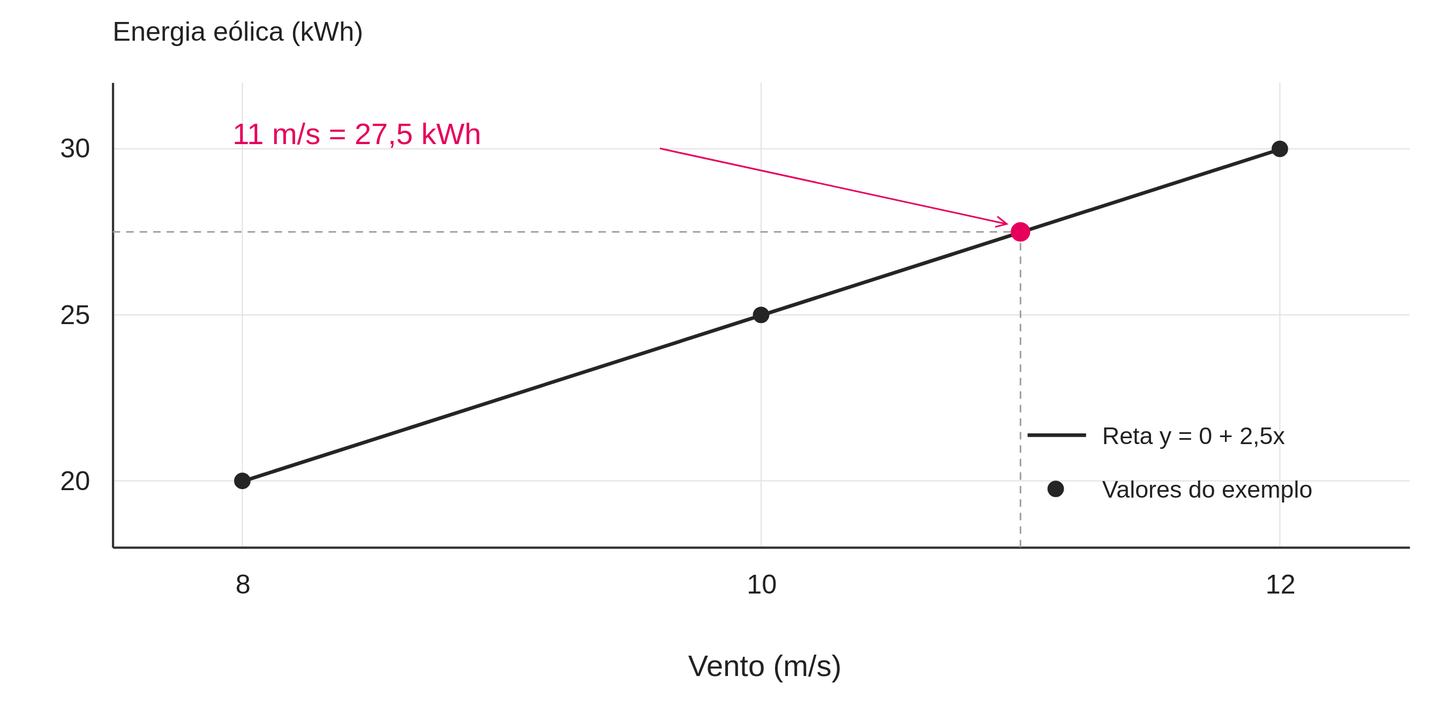
This is entregas/aurora/diagramas/figura2-regressao.svg from jrzendron/fiap-fase3-atividade-capitulo1-colonia-inteligente, a draw.io export, as it was before one commit. Source tidied: cells renumbered, new cells last; positions are measured from the earlier drawing's top-left corner, leaving out a move shared by most shapes.
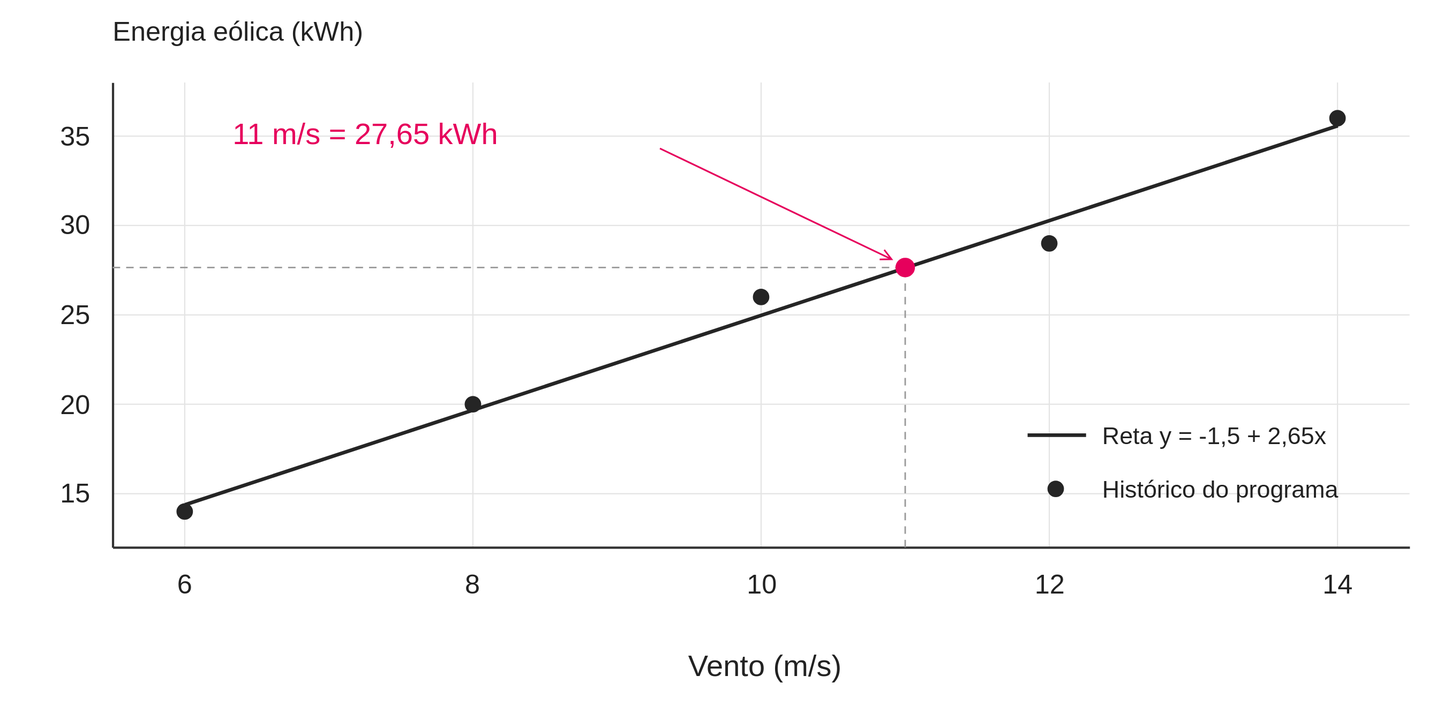
The same file after the commit.

What changed in the source:
```diff
@@ -7,58 +7,94 @@
     </mxCell>
     <mxCell id="3" style="html=0;endArrow=none;endFill=0;strokeColor=#E4E4E4;strokeWidth=0.8;" parent="1" edge="1">
       <mxGeometry relative="1" as="geometry">
-        <mxPoint x="156.5" y="50" as="sourcePoint" />
-        <mxPoint x="156.5" y="360" as="targetPoint" />
+        <mxPoint x="118.1" y="50" as="sourcePoint" />
+        <mxPoint x="118.1" y="360" as="targetPoint" />
       </mxGeometry>
     </mxCell>
-    <mxCell id="4" value="8" style="text;html=0;whiteSpace=wrap;strokeColor=none;fillColor=none;fontFamily=Arial;fontSize=18;fontColor=#222222;align=center;verticalAlign=middle;spacing=0;" parent="1" vertex="1">
-      <mxGeometry x="126.5" y="370" width="60" height="30" as="geometry" />
+    <mxCell id="4" value="6" style="text;html=0;whiteSpace=wrap;strokeColor=none;fillColor=none;fontFamily=Arial;fontSize=18;fontColor=#222222;align=center;verticalAlign=middle;spacing=0;" parent="1" vertex="1">
+      <mxGeometry x="88.1" y="370" width="60" height="30" as="geometry" />
     </mxCell>
     <mxCell id="5" style="html=0;endArrow=none;endFill=0;strokeColor=#E4E4E4;strokeWidth=0.8;" parent="1" edge="1">
       <mxGeometry relative="1" as="geometry">
-        <mxPoint x="502.5" y="50" as="sourcePoint" />
-        <mxPoint x="502.5" y="360" as="targetPoint" />
+        <mxPoint x="310.3" y="50" as="sourcePoint" />
+        <mxPoint x="310.3" y="360" as="targetPoint" />
       </mxGeometry>
     </mxCell>
-    <mxCell id="6" value="10" style="text;html=0;whiteSpace=wrap;strokeColor=none;fillColor=none;fontFamily=Arial;fontSize=18;fontColor=#222222;align=center;verticalAlign=middle;spacing=0;" parent="1" vertex="1">
-      <mxGeometry x="472.5" y="370" width="60" height="30" as="geometry" />
+    <mxCell id="6" value="8" style="text;html=0;whiteSpace=wrap;strokeColor=none;fillColor=none;fontFamily=Arial;fontSize=18;fontColor=#222222;align=center;verticalAlign=middle;spacing=0;" parent="1" vertex="1">
+      <mxGeometry x="280.3" y="370" width="60" height="30" as="geometry" />
     </mxCell>
     <mxCell id="7" style="html=0;endArrow=none;endFill=0;strokeColor=#E4E4E4;strokeWidth=0.8;" parent="1" edge="1">
       <mxGeometry relative="1" as="geometry">
-        <mxPoint x="848.5" y="50" as="sourcePoint" />
-        <mxPoint x="848.5" y="360" as="targetPoint" />
+        <mxPoint x="502.5" y="50" as="sourcePoint" />
+        <mxPoint x="502.5" y="360" as="targetPoint" />
       </mxGeometry>
     </mxCell>
-    <mxCell id="8" value="12" style="text;html=0;whiteSpace=wrap;strokeColor=none;fillColor=none;fontFamily=Arial;fontSize=18;fontColor=#222222;align=center;verticalAlign=middle;spacing=0;" parent="1" vertex="1">
-      <mxGeometry x="818.5" y="370" width="60" height="30" as="geometry" />
+    <mxCell id="8" value="10" style="text;html=0;whiteSpace=wrap;strokeColor=none;fillColor=none;fontFamily=Arial;fontSize=18;fontColor=#222222;align=center;verticalAlign=middle;spacing=0;" parent="1" vertex="1">
+      <mxGeometry x="472.5" y="370" width="60" height="30" as="geometry" />
     </mxCell>
+    <mxCell id="31" style="html=0;endArrow=none;endFill=0;strokeColor=#E4E4E4;strokeWidth=0.8;" parent="1" edge="1">
+      <mxGeometry relative="1" as="geometry">
+        <mxPoint x="694.7" y="50" as="sourcePoint" />
+        <mxPoint x="694.7" y="360" as="targetPoint" />
+      </mxGeometry>
+    </mxCell>
+    <mxCell id="32" value="12" style="text;html=0;whiteSpace=wrap;strokeColor=none;fillColor=none;fontFamily=Arial;fontSize=18;fontColor=#222222;align=center;verticalAlign=middle;spacing=0;" parent="1" vertex="1">
+      <mxGeometry x="664.7" y="370" width="60" height="30" as="geometry" />
+    </mxCell>
+    <mxCell id="33" style="html=0;endArrow=none;endFill=0;strokeColor=#E4E4E4;strokeWidth=0.8;" parent="1" edge="1">
+      <mxGeometry relative="1" as="geometry">
+        <mxPoint x="886.9" y="50" as="sourcePoint" />
+        <mxPoint x="886.9" y="360" as="targetPoint" />
+      </mxGeometry>
+    </mxCell>
+    <mxCell id="34" value="14" style="text;html=0;whiteSpace=wrap;strokeColor=none;fillColor=none;fontFamily=Arial;fontSize=18;fontColor=#222222;align=center;verticalAlign=middle;spacing=0;" parent="1" vertex="1">
+      <mxGeometry x="856.9" y="370" width="60" height="30" as="geometry" />
+    </mxCell>
     <mxCell id="9" style="html=0;endArrow=none;endFill=0;strokeColor=#E4E4E4;strokeWidth=0.8;" parent="1" edge="1">
       <mxGeometry relative="1" as="geometry">
-        <mxPoint x="70" y="315.7" as="sourcePoint" />
-        <mxPoint x="935" y="315.7" as="targetPoint" />
+        <mxPoint x="70" y="324.2" as="sourcePoint" />
+        <mxPoint x="935" y="324.2" as="targetPoint" />
       </mxGeometry>
     </mxCell>
-    <mxCell id="10" value="20" style="text;html=0;whiteSpace=wrap;strokeColor=none;fillColor=none;fontFamily=Arial;fontSize=18;fontColor=#222222;align=right;verticalAlign=middle;spacing=0;" parent="1" vertex="1">
-      <mxGeometry y="300.7" width="55" height="30" as="geometry" />
+    <mxCell id="10" value="15" style="text;html=0;whiteSpace=wrap;strokeColor=none;fillColor=none;fontFamily=Arial;fontSize=18;fontColor=#222222;align=right;verticalAlign=middle;spacing=0;" parent="1" vertex="1">
+      <mxGeometry y="309.2" width="55" height="30" as="geometry" />
     </mxCell>
     <mxCell id="11" style="html=0;endArrow=none;endFill=0;strokeColor=#E4E4E4;strokeWidth=0.8;" parent="1" edge="1">
       <mxGeometry relative="1" as="geometry">
-        <mxPoint x="70" y="205" as="sourcePoint" />
-        <mxPoint x="935" y="205" as="targetPoint" />
+        <mxPoint x="70" y="264.6" as="sourcePoint" />
+        <mxPoint x="935" y="264.6" as="targetPoint" />
       </mxGeometry>
     </mxCell>
-    <mxCell id="12" value="25" style="text;html=0;whiteSpace=wrap;strokeColor=none;fillColor=none;fontFamily=Arial;fontSize=18;fontColor=#222222;align=right;verticalAlign=middle;spacing=0;" parent="1" vertex="1">
-      <mxGeometry y="190" width="55" height="30" as="geometry" />
+    <mxCell id="12" value="20" style="text;html=0;whiteSpace=wrap;strokeColor=none;fillColor=none;fontFamily=Arial;fontSize=18;fontColor=#222222;align=right;verticalAlign=middle;spacing=0;" parent="1" vertex="1">
+      <mxGeometry y="249.6" width="55" height="30" as="geometry" />
     </mxCell>
     <mxCell id="13" style="html=0;endArrow=none;endFill=0;strokeColor=#E4E4E4;strokeWidth=0.8;" parent="1" edge="1">
       <mxGeometry relative="1" as="geometry">
-        <mxPoint x="70" y="94.3" as="sourcePoint" />
-        <mxPoint x="935" y="94.3" as="targetPoint" />
+        <mxPoint x="70" y="205" as="sourcePoint" />
+        <mxPoint x="935" y="205" as="targetPoint" />
       </mxGeometry>
     </mxCell>
-    <mxCell id="14" value="30" style="text;html=0;whiteSpace=wrap;strokeColor=none;fillColor=none;fontFamily=Arial;fontSize=18;fontColor=#222222;align=right;verticalAlign=middle;spacing=0;" parent="1" vertex="1">
-      <mxGeometry y="79.3" width="55" height="30" as="geometry" />
+    <mxCell id="14" value="25" style="text;html=0;whiteSpace=wrap;strokeColor=none;fillColor=none;fontFamily=Arial;fontSize=18;fontColor=#222222;align=right;verticalAlign=middle;spacing=0;" parent="1" vertex="1">
+      <mxGeometry y="190" width="55" height="30" as="geometry" />
     </mxCell>
+    <mxCell id="35" style="html=0;endArrow=none;endFill=0;strokeColor=#E4E4E4;strokeWidth=0.8;" parent="1" edge="1">
+      <mxGeometry relative="1" as="geometry">
+        <mxPoint x="70" y="145.4" as="sourcePoint" />
+        <mxPoint x="935" y="145.4" as="targetPoint" />
+      </mxGeometry>
+    </mxCell>
+    <mxCell id="36" value="30" style="text;html=0;whiteSpace=wrap;strokeColor=none;fillColor=none;fontFamily=Arial;fontSize=18;fontColor=#222222;align=right;verticalAlign=middle;spacing=0;" parent="1" vertex="1">
+      <mxGeometry y="130.4" width="55" height="30" as="geometry" />
+    </mxCell>
+    <mxCell id="37" style="html=0;endArrow=none;endFill=0;strokeColor=#E4E4E4;strokeWidth=0.8;" parent="1" edge="1">
+      <mxGeometry relative="1" as="geometry">
+        <mxPoint x="70" y="85.8" as="sourcePoint" />
+        <mxPoint x="935" y="85.8" as="targetPoint" />
+      </mxGeometry>
+    </mxCell>
+    <mxCell id="38" value="35" style="text;html=0;whiteSpace=wrap;strokeColor=none;fillColor=none;fontFamily=Arial;fontSize=18;fontColor=#222222;align=right;verticalAlign=middle;spacing=0;" parent="1" vertex="1">
+      <mxGeometry y="70.8" width="55" height="30" as="geometry" />
+    </mxCell>
     <mxCell id="15" style="html=0;endArrow=none;endFill=0;strokeColor=#333333;strokeWidth=1.5;" parent="1" edge="1">
       <mxGeometry relative="1" as="geometry">
         <mxPoint x="70" y="360" as="sourcePoint" />
@@ -73,41 +109,47 @@
     </mxCell>
     <mxCell id="17" style="html=0;endArrow=none;endFill=0;strokeColor=#252525;strokeWidth=2.4;" parent="1" edge="1">
       <mxGeometry relative="1" as="geometry">
-        <mxPoint x="156.5" y="315.7" as="sourcePoint" />
-        <mxPoint x="848.5" y="94.3" as="targetPoint" />
+        <mxPoint x="118.1" y="331.4" as="sourcePoint" />
+        <mxPoint x="886.9" y="78.6" as="targetPoint" />
       </mxGeometry>
     </mxCell>
     <mxCell id="18" style="html=0;endArrow=none;endFill=0;strokeColor=#999999;strokeWidth=1;dashed=1;dashPattern=5 4;" parent="1" edge="1">
       <mxGeometry relative="1" as="geometry">
-        <mxPoint x="675.5" y="360" as="sourcePoint" />
-        <mxPoint x="675.5" y="149.6" as="targetPoint" />
+        <mxPoint x="598.6" y="360" as="sourcePoint" />
+        <mxPoint x="598.6" y="173.4" as="targetPoint" />
       </mxGeometry>
     </mxCell>
     <mxCell id="19" style="html=0;endArrow=none;endFill=0;strokeColor=#999999;strokeWidth=1;dashed=1;dashPattern=5 4;" parent="1" edge="1">
       <mxGeometry relative="1" as="geometry">
-        <mxPoint x="70" y="149.6" as="sourcePoint" />
-        <mxPoint x="675.5" y="149.6" as="targetPoint" />
+        <mxPoint x="70" y="173.4" as="sourcePoint" />
+        <mxPoint x="598.6" y="173.4" as="targetPoint" />
       </mxGeometry>
     </mxCell>
     <mxCell id="20" style="ellipse;fillColor=#252525;strokeColor=#252525;" parent="1" vertex="1">
-      <mxGeometry x="151.5" y="310.7" width="10" height="10" as="geometry" />
+      <mxGeometry x="305.3" y="259.6" width="10" height="10" as="geometry" />
     </mxCell>
     <mxCell id="21" style="ellipse;fillColor=#252525;strokeColor=#252525;" parent="1" vertex="1">
-      <mxGeometry x="497.5" y="200" width="10" height="10" as="geometry" />
+      <mxGeometry x="497.5" y="188.1" width="10" height="10" as="geometry" />
     </mxCell>
     <mxCell id="22" style="ellipse;fillColor=#252525;strokeColor=#252525;" parent="1" vertex="1">
-      <mxGeometry x="843.5" y="89.3" width="10" height="10" as="geometry" />
+      <mxGeometry x="689.7" y="152.3" width="10" height="10" as="geometry" />
     </mxCell>
+    <mxCell id="39" style="ellipse;fillColor=#252525;strokeColor=#252525;" parent="1" vertex="1">
+      <mxGeometry x="113.1" y="331.2" width="10" height="10" as="geometry" />
+    </mxCell>
+    <mxCell id="40" style="ellipse;fillColor=#252525;strokeColor=#252525;" parent="1" vertex="1">
+      <mxGeometry x="881.9" y="68.8" width="10" height="10" as="geometry" />
+    </mxCell>
     <mxCell id="23" style="ellipse;fillColor=#E6005C;strokeColor=#E6005C;" parent="1" vertex="1">
-      <mxGeometry x="669.5" y="143.6" width="12" height="12" as="geometry" />
+      <mxGeometry x="592.6" y="167.4" width="12" height="12" as="geometry" />
     </mxCell>
-    <mxCell id="24" value="11 m/s = 27,5 kWh" style="text;html=0;whiteSpace=wrap;strokeColor=none;fillColor=none;fontFamily=Arial;fontSize=20;fontColor=#E6005C;align=left;verticalAlign=middle;spacing=0;" parent="1" vertex="1">
+    <mxCell id="24" value="11 m/s = 27,65 kWh" style="text;html=0;whiteSpace=wrap;strokeColor=none;fillColor=none;fontFamily=Arial;fontSize=20;fontColor=#E6005C;align=left;verticalAlign=middle;spacing=0;" parent="1" vertex="1">
       <mxGeometry x="150" y="65" width="310" height="35" as="geometry" />
     </mxCell>
     <mxCell id="25" style="html=0;endArrow=open;endFill=0;strokeColor=#E6005C;strokeWidth=1.1;" parent="1" edge="1">
       <mxGeometry relative="1" as="geometry">
         <mxPoint x="435" y="94" as="sourcePoint" />
-        <mxPoint x="667.5" y="144.6" as="targetPoint" />
+        <mxPoint x="590.6" y="168.4" as="targetPoint" />
       </mxGeometry>
     </mxCell>
     <mxCell id="26" style="html=0;endArrow=none;endFill=0;strokeColor=#252525;strokeWidth=2.4;" parent="1" edge="1">
@@ -116,13 +158,13 @@
         <mxPoint x="719" y="285" as="targetPoint" />
       </mxGeometry>
     </mxCell>
-    <mxCell id="27" value="Reta y = 0 + 2,5x" style="text;html=0;whiteSpace=wrap;strokeColor=none;fillColor=none;fontFamily=Arial;fontSize=16;fontColor=#222222;align=left;verticalAlign=middle;spacing=0;" parent="1" vertex="1">
+    <mxCell id="27" value="Reta y = -1,5 + 2,65x" style="text;html=0;whiteSpace=wrap;strokeColor=none;fillColor=none;fontFamily=Arial;fontSize=16;fontColor=#222222;align=left;verticalAlign=middle;spacing=0;" parent="1" vertex="1">
       <mxGeometry x="730" y="270" width="200" height="30" as="geometry" />
     </mxCell>
     <mxCell id="28" style="ellipse;fillColor=#252525;strokeColor=#252525;" parent="1" vertex="1">
       <mxGeometry x="694" y="316" width="10" height="10" as="geometry" />
     </mxCell>
-    <mxCell id="29" value="Valores do exemplo" style="text;html=0;whiteSpace=wrap;strokeColor=none;fillColor=none;fontFamily=Arial;fontSize=16;fontColor=#222222;align=left;verticalAlign=middle;spacing=0;" parent="1" vertex="1">
+    <mxCell id="29" value="Histórico do programa" style="text;html=0;whiteSpace=wrap;strokeColor=none;fillColor=none;fontFamily=Arial;fontSize=16;fontColor=#222222;align=left;verticalAlign=middle;spacing=0;" parent="1" vertex="1">
       <mxGeometry x="730" y="306" width="200" height="30" as="geometry" />
     </mxCell>
     <mxCell id="30" value="Vento (m/s)" style="text;html=0;whiteSpace=wrap;strokeColor=none;fillColor=none;fontFamily=Arial;fontSize=20;fontColor=#222222;align=center;verticalAlign=middle;spacing=0;" parent="1" vertex="1">
```
